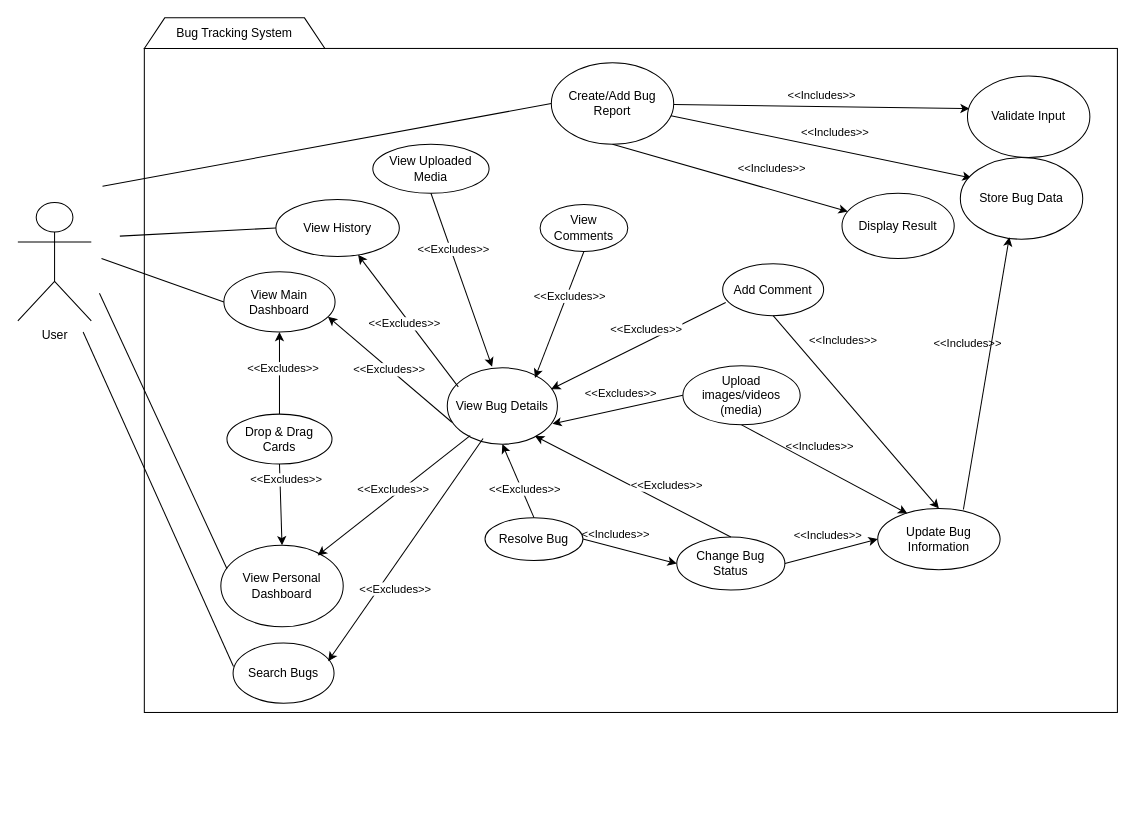
The draw.io diagram UML-Diagrams/Use-Case-Diagram.drawio in ConradCJM/bugterra, before the edit. Source tidied: cells renumbered, new cells numbered last; positions are measured from the earlier drawing's top-left corner, leaving out a move shared by most shapes. Both pictures are drawn from the tidied source at 102%, with x=0, y=0 at pixel (17, 17).
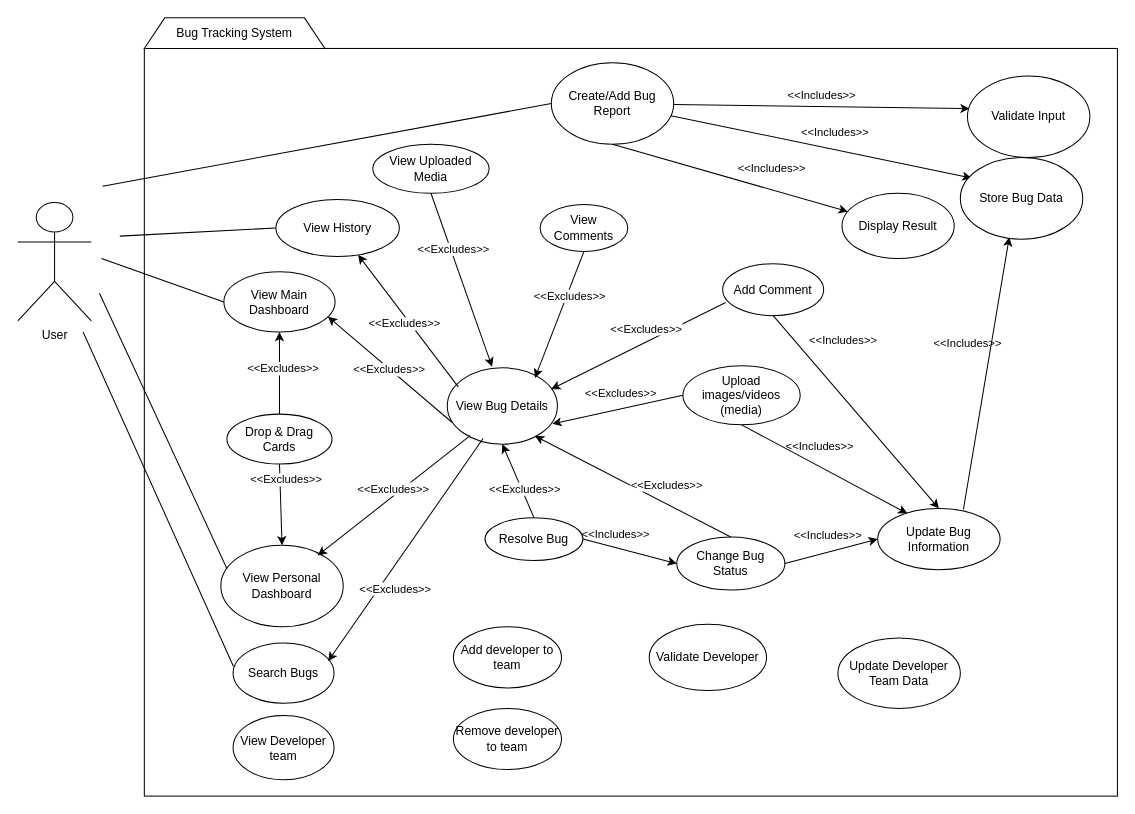
Above is the later version.

The edit, as a diff of the source:
```diff
@@
     <mxCell id="3" style="rounded=0;whiteSpace=wrap;html=1;" parent="1" vertex="1">
-      <mxGeometry x="124" y="30" width="954" height="651" as="geometry" />
+      <mxGeometry x="124" y="30" width="954" height="733" as="geometry" />
     </mxCell>
@@
+    <mxCell id="67" value="Add developer to team" style="ellipse;whiteSpace=wrap;html=1;" parent="1" vertex="1">
+      <mxGeometry x="427" y="597" width="106" height="60" as="geometry" />
+    </mxCell>
+    <mxCell id="68" value="Remove developer to team" style="ellipse;whiteSpace=wrap;html=1;" parent="1" vertex="1">
+      <mxGeometry x="427" y="677" width="106" height="60" as="geometry" />
+    </mxCell>
+    <mxCell id="69" value="View Developer&lt;div&gt;team&lt;/div&gt;" style="ellipse;whiteSpace=wrap;html=1;" parent="1" vertex="1">
+      <mxGeometry x="211" y="684" width="99" height="63" as="geometry" />
+    </mxCell>
+    <mxCell id="70" value="Update Developer Team Data" style="ellipse;whiteSpace=wrap;html=1;" parent="1" vertex="1">
+      <mxGeometry x="804" y="608" width="120" height="69" as="geometry" />
+    </mxCell>
+    <mxCell id="71" value="Validate Developer" style="ellipse;whiteSpace=wrap;html=1;" parent="1" vertex="1">
+      <mxGeometry x="619" y="594.5" width="115" height="65" as="geometry" />
+    </mxCell>
```
